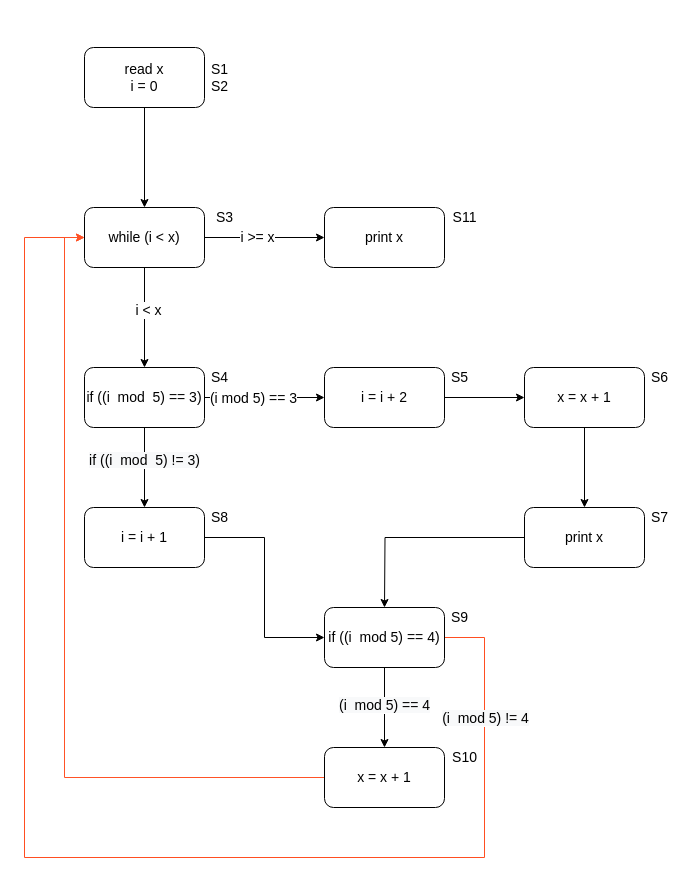
The draw.io diagram Exam 1.drawio in ramyareddy-g/flowdiagram, before the edit. Source tidied: cells renumbered, new cells numbered last; positions are measured from the earlier drawing's top-left corner, leaving out a move shared by most shapes. Both pictures are drawn from the tidied source at 100%, with x=0, y=0 at pixel (24, 47).
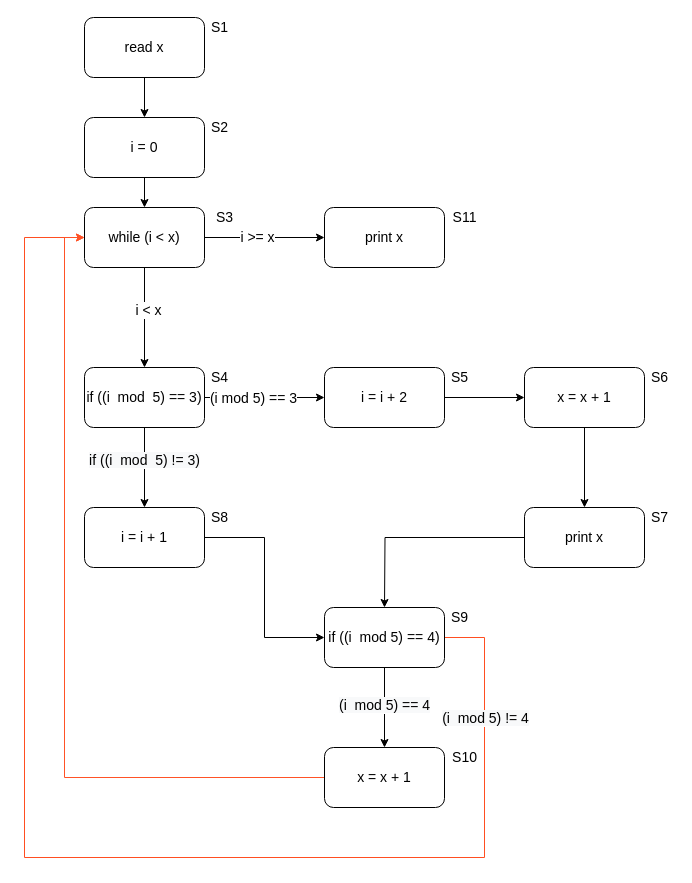
The same page after the edit.

The edit, as a diff of the source:
```diff
@@
-    <mxCell id="3" value="&lt;span style=&quot;font-size: 14px;&quot;&gt;read x&lt;/span&gt;&lt;br style=&quot;font-size: 14px;&quot;&gt;&lt;span style=&quot;font-size: 14px;&quot;&gt;i = 0&lt;/span&gt;" style="rounded=1;whiteSpace=wrap;html=1;fontSize=14;" parent="1" vertex="1">
-      <mxGeometry x="60" width="120" height="60" as="geometry" />
+    <mxCell id="3" value="&lt;span style=&quot;font-size: 14px&quot;&gt;i = 0&lt;/span&gt;" style="rounded=1;whiteSpace=wrap;html=1;fontSize=14;" parent="1" vertex="1">
+      <mxGeometry x="60" y="70" width="120" height="60" as="geometry" />
     </mxCell>
@@
-    <mxCell id="30" value="S1&lt;br style=&quot;font-size: 14px;&quot;&gt;S2" style="text;html=1;align=center;verticalAlign=middle;strokeColor=none;fillColor=none;fontSize=14;" parent="1" vertex="1">
-      <mxGeometry x="180" y="10" width="30" height="40" as="geometry" />
+    <mxCell id="30" value="S1" style="text;html=1;align=center;verticalAlign=middle;strokeColor=none;fillColor=none;fontSize=14;" parent="1" vertex="1">
+      <mxGeometry x="180" y="-30" width="30" height="20" as="geometry" />
     </mxCell>
@@
+    <mxCell id="40" style="edgeStyle=orthogonalEdgeStyle;rounded=0;jettySize=auto;html=1;entryX=0.5;entryY=0;entryDx=0;entryDy=0;fontSize=14;strokeColor=#000000;" parent="1" edge="1" source="41" target="3">
+      <mxGeometry relative="1" as="geometry" />
+    </mxCell>
+    <mxCell id="41" value="read x" style="rounded=1;whiteSpace=wrap;html=1;fontSize=14;" parent="1" vertex="1">
+      <mxGeometry x="60" y="-30" width="120" height="60" as="geometry" />
+    </mxCell>
+    <mxCell id="42" value="S2" style="text;html=1;align=center;verticalAlign=middle;strokeColor=none;fillColor=none;fontSize=14;" parent="1" vertex="1">
+      <mxGeometry x="180" y="70" width="30" height="20" as="geometry" />
+    </mxCell>
```
